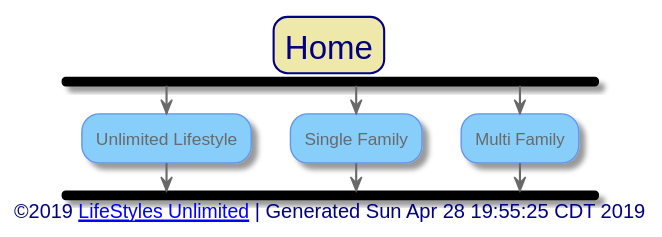
toddmo/lifestylesunlimited keeps this PlantUML diagram as out/src/index.svg. Above is the earlier version.
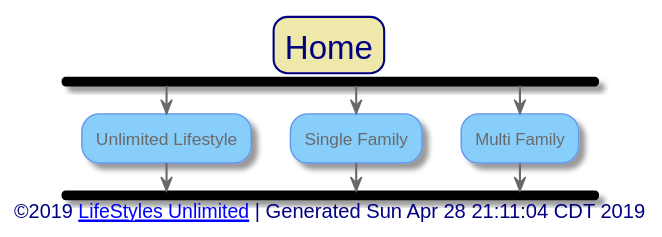
After the commit.

What changed in the source:
```diff
@@ -87,7 +87,7 @@
 
 
 left footer
-	<font size=14>©2019 [[http://www.lifestylesunlimited.com LifeStyles Unlimited]] | Generated Sun Apr 28 19:55:25 CDT 2019</font>
+	<font size=14>©2019 [[http://www.lifestylesunlimited.com LifeStyles Unlimited]] | Generated Sun Apr 28 21:11:04 CDT 2019</font>
 endfooter
 
 
```
